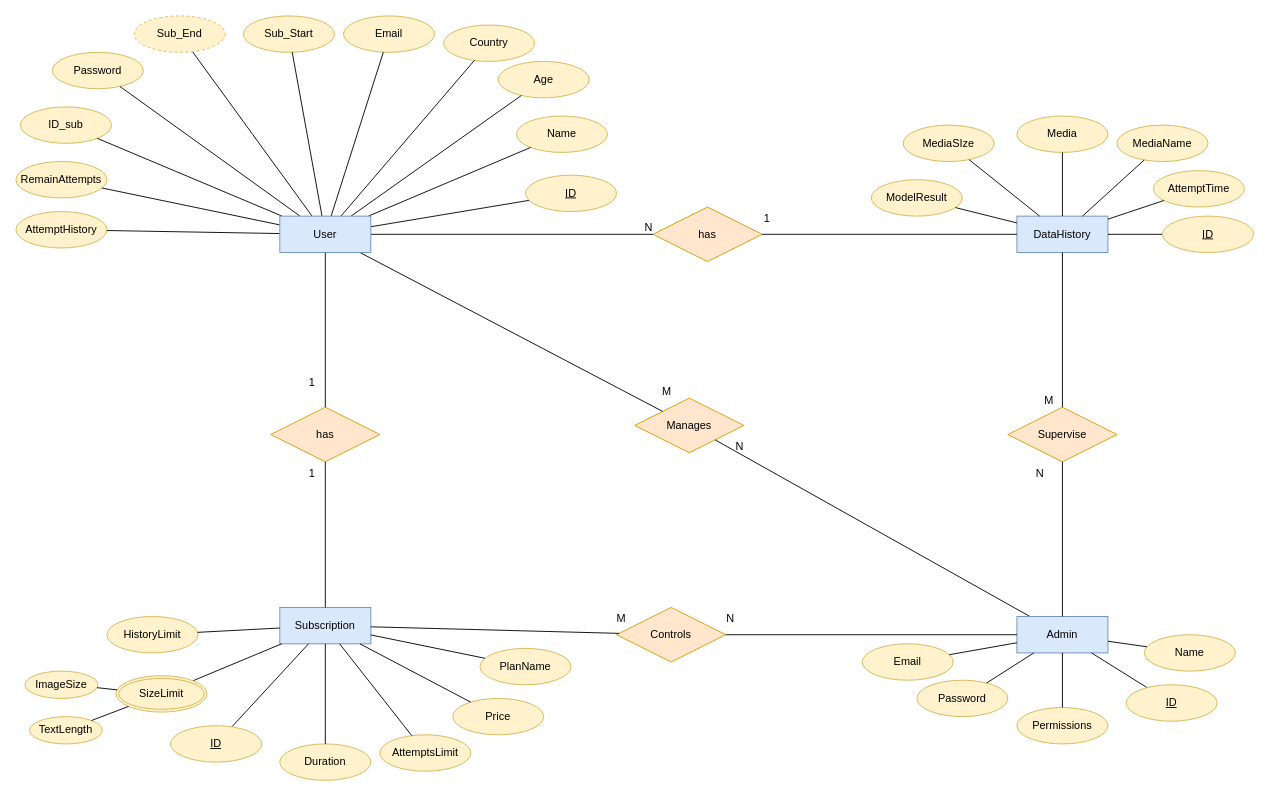
Before: page "Page-1" (1 of 5) of Tasks/Mohammed/FINAL ERD_lastEdit.drawio in romanyn36/Catch-The-AI, a draw.io diagram. Source tidied: cells renumbered, new cells numbered last; positions are measured from the earlier drawing's top-left corner, leaving out a move shared by most shapes. Both pictures are drawn from the tidied source at 91%, with x=0, y=0 at pixel (15, 15).
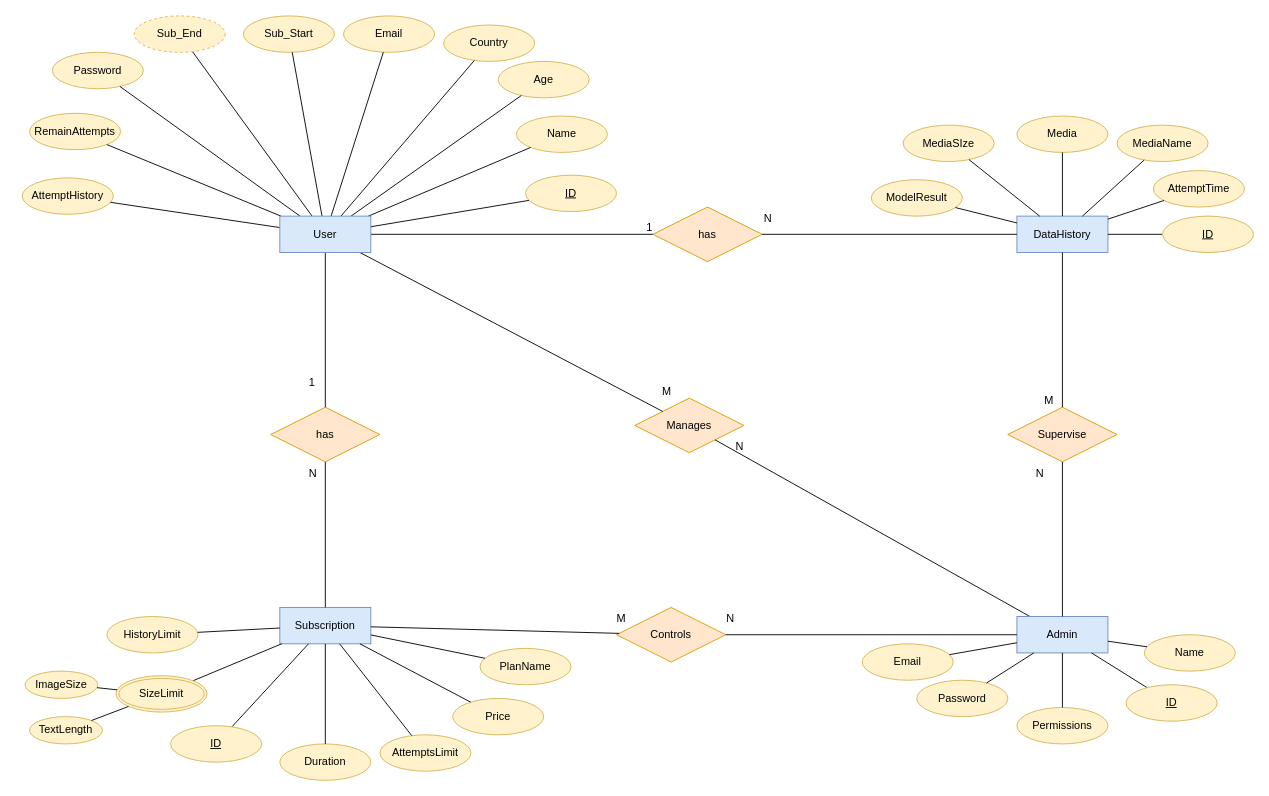
After the change.

The change refers to these unchanged cells:
```xml
<mxCell id="34" value="User" style="whiteSpace=wrap;html=1;align=center;fillColor=#dae8fc;strokeColor=#6c8ebf;strokeOpacity=100;fillOpacity=100;" parent="1" vertex="1">
  <mxGeometry x="290" y="220" width="100" height="40" as="geometry" />
</mxCell>
```

Change to the diagram source:
```diff
@@
     <mxCell id="5" value="RemainAttempts" style="ellipse;whiteSpace=wrap;html=1;align=center;fillColor=#fff2cc;strokeColor=#d6b656;" parent="1" vertex="1">
-      <mxGeometry y="160" width="100" height="40" as="geometry" />
+      <mxGeometry x="15" y="107" width="100" height="40" as="geometry" />
     </mxCell>
@@
-    <mxCell id="8" value="ID_sub" style="ellipse;whiteSpace=wrap;html=1;align=center;fillColor=#fff2cc;strokeColor=#d6b656;" parent="1" vertex="1">
-      <mxGeometry x="5" y="100" width="100" height="40" as="geometry" />
-    </mxCell>
@@
-    <mxCell id="10" style="endArrow=none;html=1;rounded=0;" parent="1" edge="1" source="8" target="34">
-      <mxGeometry relative="1" as="geometry" />
-    </mxCell>
@@
     <mxCell id="17" value="AttemptHistory" style="ellipse;whiteSpace=wrap;html=1;align=center;fillColor=#fff2cc;strokeColor=#d6b656;" parent="1" vertex="1">
-      <mxGeometry y="215" width="100" height="40" as="geometry" />
+      <mxGeometry x="7" y="178" width="100" height="40" as="geometry" />
     </mxCell>
@@
-    <mxCell id="83" value="1" style="text;html=1;align=center;verticalAlign=middle;strokeColor=none;fillColor=none;" parent="1" vertex="1">
-      <mxGeometry x="310" y="488" width="30" height="30" as="geometry" />
+    <mxCell id="83" value="N" style="text;html=1;align=center;verticalAlign=middle;strokeColor=none;fillColor=none;" parent="1" vertex="1">
+      <mxGeometry x="312" y="490" width="27" height="26" as="geometry" />
     </mxCell>
@@
-    <mxCell id="91" value="N" style="text;html=1;align=center;verticalAlign=middle;strokeColor=none;fillColor=none;" parent="1" vertex="1">
-      <mxGeometry x="680" y="218" width="30" height="30" as="geometry" />
+    <mxCell id="91" value="1" style="text;html=1;align=center;verticalAlign=middle;strokeColor=none;fillColor=none;" parent="1" vertex="1">
+      <mxGeometry x="683" y="220" width="25" height="26" as="geometry" />
     </mxCell>
-    <mxCell id="92" value="1" style="text;html=1;align=center;verticalAlign=middle;strokeColor=none;fillColor=none;" parent="1" vertex="1">
-      <mxGeometry x="810" y="208" width="30" height="30" as="geometry" />
+    <mxCell id="92" value="N" style="text;html=1;align=center;verticalAlign=middle;strokeColor=none;fillColor=none;" parent="1" vertex="1">
+      <mxGeometry x="812" y="210" width="27" height="26" as="geometry" />
     </mxCell>
```
